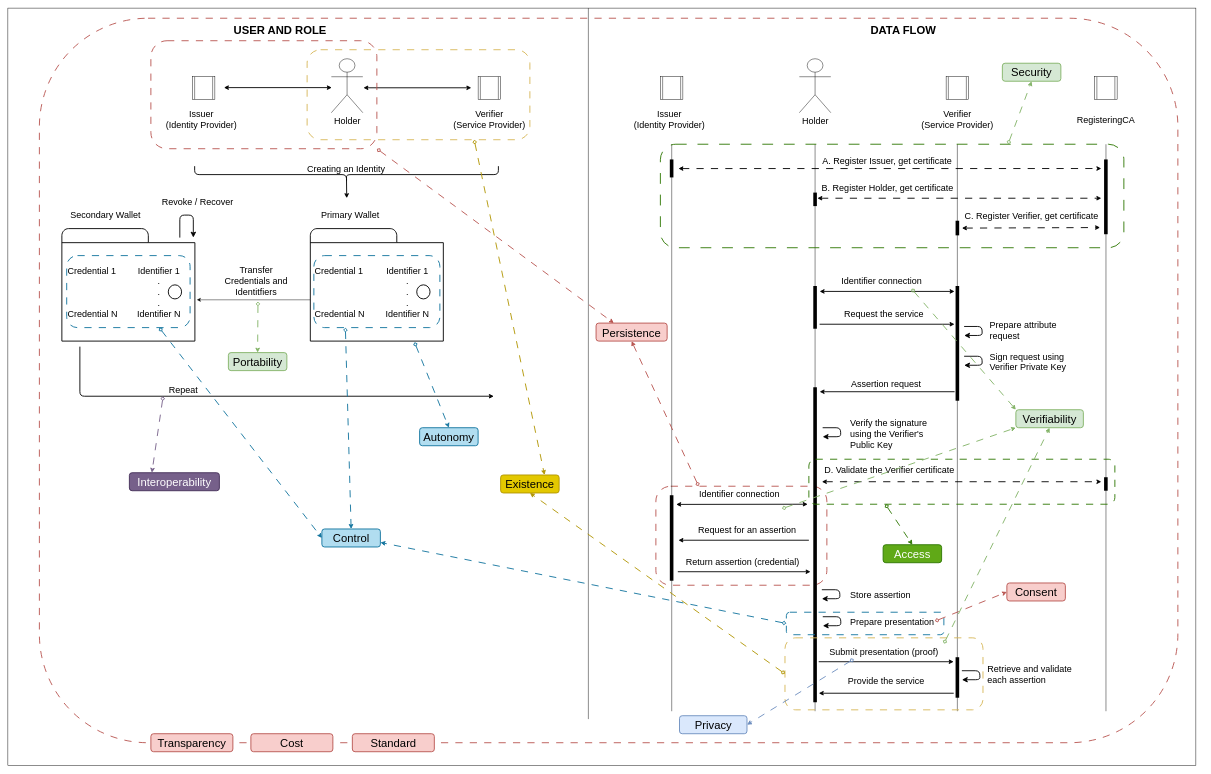
This is definition/images/SSI_process_flow/SSI_process_flow_raw.drawio from cristianlepore/Self-Sovereign-Identity, a draw.io file, before an edit. Source tidied: cells renumbered, new cells numbered last; positions are measured from the earlier drawing's top-left corner, leaving out a move shared by most shapes. Both pictures are drawn from the tidied source at 45%, with x=0, y=0 at pixel (8, 8).
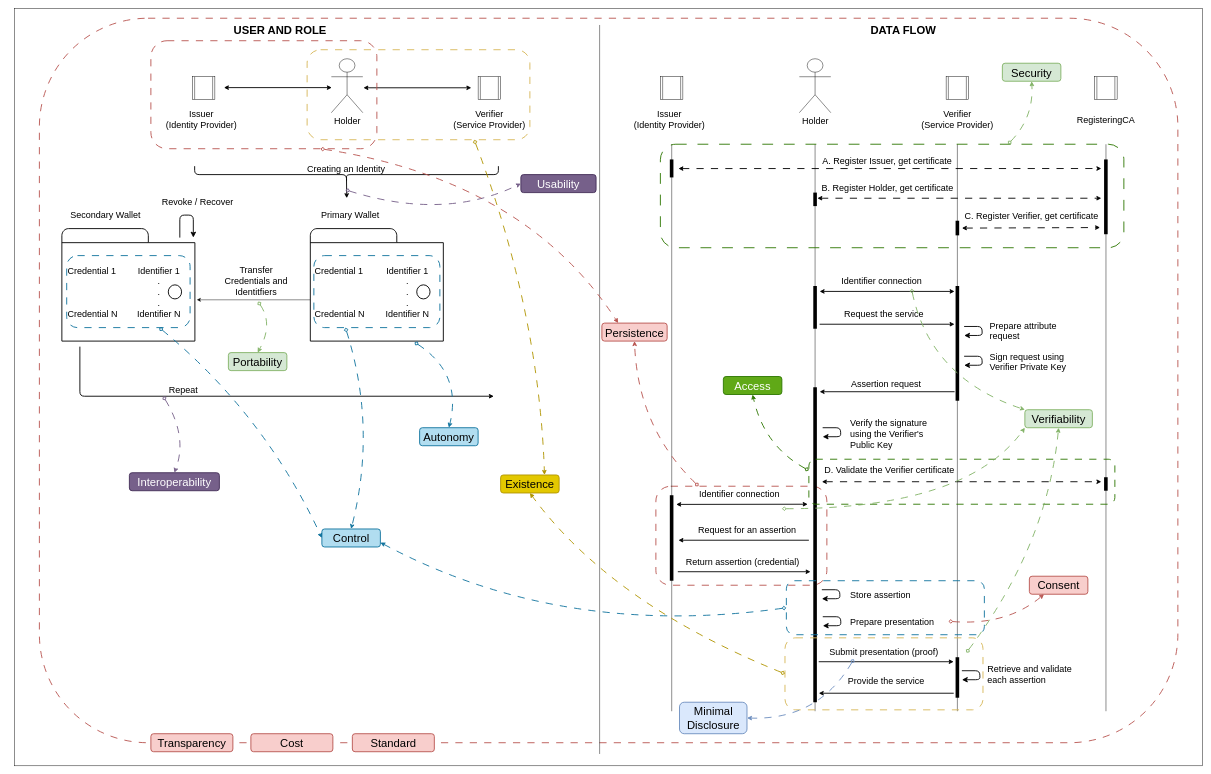
Above is the later version.

The change refers to these unchanged cells:
```xml
<mxCell id="2" style="rounded=1;whiteSpace=wrap;html=1;fillColor=none;strokeColor=#B85450;dashed=1;dashPattern=8 8;strokeWidth=2;" parent="1" vertex="1">
  <mxGeometry x="1440" y="1062" width="380" height="220" as="geometry" />
</mxCell>
<mxCell id="3" style="rounded=1;whiteSpace=wrap;html=1;fillColor=none;dashed=1;dashPattern=8 8;strokeWidth=2;strokeColor=#b85450;" parent="1" vertex="1">
  <mxGeometry x="70" y="22" width="2530" height="1610" as="geometry" />
</mxCell>
<mxCell id="14" value="&lt;div&gt;&lt;font style=&quot;font-size: 20px;&quot;&gt;Repeat&lt;font&gt;&lt;br&gt;&lt;/font&gt;&lt;/font&gt;&lt;/div&gt;" style="text;html=1;align=center;verticalAlign=middle;whiteSpace=wrap;rounded=0;" parent="1" vertex="1">
  <mxGeometry x="300" y="832" width="180" height="30" as="geometry" />
</mxCell>
<mxCell id="18" style="html=1;verticalLabelPosition=bottom;align=center;labelBackgroundColor=#ffffff;verticalAlign=top;strokeWidth=2;strokeColor=#000000;shadow=0;dashed=0;shape=mxgraph.ios7.icons.wallet;fillColor=none;" parent="1" vertex="1">
  <mxGeometry x="672.1" y="489.5" width="295.6" height="250" as="geometry" />
</mxCell>
<mxCell id="87" value="&lt;font style=&quot;font-size: 25px;&quot;&gt;Existence&lt;/font&gt;" style="text;html=1;align=center;verticalAlign=middle;whiteSpace=wrap;rounded=1;fillColor=#e3c800;strokeColor=#B09500;strokeWidth=2;fontColor=#000000;" parent="1" vertex="1">
  <mxGeometry x="1095" y="1037" width="130" height="40" as="geometry" />
</mxCell>
<mxCell id="88" style="rounded=1;whiteSpace=wrap;html=1;fillColor=none;strokeColor=#d6b656;dashed=1;dashPattern=8 8;strokeWidth=2;" parent="1" vertex="1">
  <mxGeometry x="1726.9" y="1398.9" width="440" height="160" as="geometry" />
</mxCell>
<mxCell id="90" style="rounded=1;whiteSpace=wrap;html=1;fillColor=none;strokeColor=#d6b656;dashed=1;dashPattern=8 8;strokeWidth=2;" parent="1" vertex="1">
  <mxGeometry x="665" y="92" width="495" height="200" as="geometry" />
</mxCell>
<mxCell id="92" value="&lt;div align=&quot;left&quot;&gt;&lt;font style=&quot;font-size: 20px;&quot;&gt;Credential 1&lt;/font&gt;&lt;/div&gt;&lt;div align=&quot;left&quot;&gt;&lt;font style=&quot;font-size: 20px;&quot;&gt;&lt;br&gt;&lt;/font&gt;&lt;/div&gt;&lt;div align=&quot;left&quot;&gt;&lt;font style=&quot;font-size: 20px;&quot;&gt;&lt;br&gt;&lt;/font&gt;&lt;/div&gt;&lt;div align=&quot;left&quot;&gt;&lt;font style=&quot;font-size: 20px;&quot;&gt;&lt;br&gt;&lt;/font&gt;&lt;/div&gt;&lt;div align=&quot;left&quot;&gt;&lt;font style=&quot;font-size: 20px;&quot;&gt;Credential N&lt;br&gt;&lt;/font&gt;&lt;/div&gt;" style="text;html=1;align=left;verticalAlign=middle;whiteSpace=wrap;rounded=1;fillColor=none;strokeColor=#10739e;strokeWidth=2;dashed=1;dashPattern=8 8;" parent="1" vertex="1">
  <mxGeometry x="680" y="549.5" width="280" height="160" as="geometry" />
</mxCell>
<mxCell id="93" value="&lt;font style=&quot;font-size: 25px;&quot;&gt;Control&lt;/font&gt;" style="text;html=1;align=center;verticalAlign=middle;whiteSpace=wrap;rounded=1;fillColor=#b1ddf0;strokeColor=#10739e;strokeWidth=2;" parent="1" vertex="1">
  <mxGeometry x="697.8" y="1157" width="130" height="40" as="geometry" />
</mxCell>
<mxCell id="95" value="&lt;div align=&quot;left&quot;&gt;&lt;font style=&quot;font-size: 20px;&quot;&gt;Credential 1&lt;/font&gt;&lt;/div&gt;&lt;div align=&quot;left&quot;&gt;&lt;font style=&quot;font-size: 20px;&quot;&gt;&lt;br&gt;&lt;/font&gt;&lt;/div&gt;&lt;div align=&quot;left&quot;&gt;&lt;font style=&quot;font-size: 20px;&quot;&gt;&lt;br&gt;&lt;/font&gt;&lt;/div&gt;&lt;div align=&quot;left&quot;&gt;&lt;font style=&quot;font-size: 20px;&quot;&gt;&lt;br&gt;&lt;/font&gt;&lt;/div&gt;&lt;div align=&quot;left&quot;&gt;&lt;font style=&quot;font-size: 20px;&quot;&gt;Credential N&lt;br&gt;&lt;/font&gt;&lt;/div&gt;" style="text;html=1;align=left;verticalAlign=middle;whiteSpace=wrap;rounded=1;fillColor=none;strokeColor=#10739e;strokeWidth=2;dashed=1;dashPattern=8 8;" parent="1" vertex="1">
  <mxGeometry x="130.7" y="549.5" width="274.2" height="160" as="geometry" />
</mxCell>
<mxCell id="103" style="rounded=1;whiteSpace=wrap;html=1;fillColor=none;strokeColor=#B85450;dashed=1;dashPattern=8 8;strokeWidth=2;" parent="1" vertex="1">
  <mxGeometry x="317.8" y="72" width="502.2" height="240" as="geometry" />
</mxCell>
<mxCell id="105" value="&lt;font style=&quot;font-size: 25px;&quot;&gt;Security&lt;/font&gt;" style="text;html=1;align=center;verticalAlign=middle;whiteSpace=wrap;rounded=1;fillColor=#d5e8d4;strokeColor=#82b366;strokeWidth=2;" parent="1" vertex="1">
  <mxGeometry x="2210" y="122" width="130" height="40" as="geometry" />
</mxCell>
<mxCell id="106" style="rounded=1;whiteSpace=wrap;html=1;fillColor=none;dashed=1;dashPattern=12 12;strokeColor=#2D7600;strokeWidth=2;fontColor=#ffffff;" parent="1" vertex="1">
  <mxGeometry x="1450" y="302" width="1030" height="230" as="geometry" />
</mxCell>
<mxCell id="111" style="rounded=1;whiteSpace=wrap;html=1;dashed=1;dashPattern=8 8;fillColor=none;strokeWidth=2;strokeColor=#2D7600;fontColor=#ffffff;" parent="1" vertex="1">
  <mxGeometry x="1780" y="1002" width="680" height="100" as="geometry" />
</mxCell>
<mxCell id="114" value="&lt;font style=&quot;font-size: 25px;&quot;&gt;Portability&lt;/font&gt;" style="text;html=1;align=center;verticalAlign=middle;whiteSpace=wrap;rounded=1;fillColor=#d5e8d4;strokeColor=#82b366;strokeWidth=2;" parent="1" vertex="1">
  <mxGeometry x="490" y="765.1" width="130" height="40" as="geometry" />
</mxCell>
<mxCell id="116" value="&lt;font style=&quot;font-size: 25px;&quot;&gt;Interoperability&lt;/font&gt;" style="text;html=1;align=center;verticalAlign=middle;whiteSpace=wrap;rounded=1;fillColor=#76608a;strokeColor=#432D57;strokeWidth=2;fontColor=#ffffff;" parent="1" vertex="1">
  <mxGeometry x="270" y="1032" width="200" height="40" as="geometry" />
</mxCell>
<mxCell id="120" value="&lt;font style=&quot;font-size: 25px;&quot;&gt;Autonomy&lt;/font&gt;" style="text;html=1;align=center;verticalAlign=middle;whiteSpace=wrap;rounded=1;fillColor=#b1ddf0;strokeColor=#10739e;strokeWidth=2;" parent="1" vertex="1">
  <mxGeometry x="915" y="932" width="130" height="40" as="geometry" />
</mxCell>
```

What changed in the source:
```diff
@@
     <mxCell id="4" style="rounded=0;whiteSpace=wrap;html=1;fillColor=none;" parent="1" vertex="1">
-      <mxGeometry y="-0.5" width="2640" height="1682.5" as="geometry" />
+      <mxGeometry x="15" y="0.8" width="2640" height="1682.5" as="geometry" />
     </mxCell>
@@
     <mxCell id="60" style="line;strokeWidth=1;direction=south;html=1;" parent="1" vertex="1">
-      <mxGeometry x="1285" y="-0.5" width="10" height="1580" as="geometry" />
+      <mxGeometry x="1310" y="37" width="10" height="1620" as="geometry" />
     </mxCell>
@@
-    <mxCell id="89" style="endArrow=classic;html=1;rounded=0;entryX=0.5;entryY=1;entryDx=0;entryDy=0;fillColor=#e3c800;strokeColor=#B09500;strokeWidth=2;startArrow=diamond;startFill=0;dashed=1;dashPattern=8 8;exitX=0;exitY=0.5;exitDx=0;exitDy=0;" parent="1" edge="1" source="88" target="87">
-      <mxGeometry relative="1" as="geometry" />
+    <mxCell id="89" style="endArrow=classic;html=1;rounded=0;entryX=0.5;entryY=1;entryDx=0;entryDy=0;fillColor=#e3c800;strokeColor=#B09500;strokeWidth=2;startArrow=diamond;startFill=0;dashed=1;dashPattern=8 8;exitX=0;exitY=0.5;exitDx=0;exitDy=0;curved=1;" parent="1" edge="1" source="88" target="87">
+      <mxGeometry relative="1" as="geometry">
+        <Array as="points">
+          <mxPoint x="1340" y="1322" />
+        </Array>
+      </mxGeometry>
     </mxCell>
@@
-    <mxCell id="91" style="endArrow=classic;html=1;rounded=0;entryX=0.75;entryY=0;entryDx=0;entryDy=0;fillColor=#e3c800;strokeColor=#B09500;strokeWidth=2;startArrow=diamond;startFill=0;dashed=1;dashPattern=8 8;exitX=0.75;exitY=1;exitDx=0;exitDy=0;" parent="1" edge="1" source="90" target="87">
-      <mxGeometry relative="1" as="geometry" />
+    <mxCell id="91" style="endArrow=classic;html=1;rounded=0;entryX=0.75;entryY=0;entryDx=0;entryDy=0;fillColor=#e3c800;strokeColor=#B09500;strokeWidth=2;startArrow=diamond;startFill=0;dashed=1;dashPattern=8 8;exitX=0.75;exitY=1;exitDx=0;exitDy=0;curved=1;" parent="1" edge="1" source="90" target="87">
+      <mxGeometry relative="1" as="geometry">
+        <Array as="points">
+          <mxPoint x="1180" y="672" />
+        </Array>
+      </mxGeometry>
     </mxCell>
@@
-    <mxCell id="94" style="endArrow=classic;html=1;rounded=0;entryX=0.5;entryY=0;entryDx=0;entryDy=0;fillColor=#b1ddf0;strokeColor=#10739e;strokeWidth=2;startArrow=diamond;startFill=0;exitX=0.25;exitY=1;exitDx=0;exitDy=0;dashed=1;dashPattern=8 8;" parent="1" edge="1" source="92" target="93">
-      <mxGeometry relative="1" as="geometry" />
+    <mxCell id="94" style="endArrow=classic;html=1;rounded=0;entryX=0.5;entryY=0;entryDx=0;entryDy=0;fillColor=#b1ddf0;strokeColor=#10739e;strokeWidth=2;startArrow=diamond;startFill=0;exitX=0.25;exitY=1;exitDx=0;exitDy=0;dashed=1;dashPattern=8 8;curved=1;" parent="1" edge="1" source="92" target="93">
+      <mxGeometry relative="1" as="geometry">
+        <Array as="points">
+          <mxPoint x="820" y="932" />
+        </Array>
+      </mxGeometry>
     </mxCell>
@@
-    <mxCell id="96" style="endArrow=classic;html=1;rounded=0;entryX=0;entryY=0.5;entryDx=0;entryDy=0;fillColor=#b1ddf0;strokeColor=#10739e;strokeWidth=2;startArrow=diamond;startFill=0;exitX=0.75;exitY=1;exitDx=0;exitDy=0;dashed=1;dashPattern=8 8;" parent="1" edge="1" source="95" target="93">
-      <mxGeometry relative="1" as="geometry" />
+    <mxCell id="96" style="endArrow=classic;html=1;rounded=0;entryX=0;entryY=0.5;entryDx=0;entryDy=0;fillColor=#b1ddf0;strokeColor=#10739e;strokeWidth=2;startArrow=diamond;startFill=0;exitX=0.75;exitY=1;exitDx=0;exitDy=0;dashed=1;dashPattern=8 8;curved=1;" parent="1" edge="1" source="95" target="93">
+      <mxGeometry relative="1" as="geometry">
+        <Array as="points">
+          <mxPoint x="570" y="902" />
+        </Array>
+      </mxGeometry>
     </mxCell>
     <mxCell id="97" style="rounded=1;whiteSpace=wrap;html=1;fillColor=none;strokeColor=#10739E;dashed=1;dashPattern=8 8;strokeWidth=2;" parent="1" vertex="1">
-      <mxGeometry x="1730" y="1342" width="350" height="50" as="geometry" />
+      <mxGeometry x="1730" y="1272" width="440" height="120" as="geometry" />
     </mxCell>
-    <mxCell id="98" style="endArrow=classic;html=1;rounded=0;entryX=1;entryY=0.75;entryDx=0;entryDy=0;fillColor=#b1ddf0;strokeColor=#10739e;strokeWidth=2;startArrow=diamond;startFill=0;exitX=0;exitY=0.5;exitDx=0;exitDy=0;dashed=1;dashPattern=8 8;" parent="1" edge="1" source="97" target="93">
-      <mxGeometry relative="1" as="geometry" />
+    <mxCell id="98" style="endArrow=classic;html=1;rounded=0;entryX=1;entryY=0.75;entryDx=0;entryDy=0;fillColor=#b1ddf0;strokeColor=#10739e;strokeWidth=2;startArrow=diamond;startFill=0;exitX=0;exitY=0.5;exitDx=0;exitDy=0;dashed=1;dashPattern=8 8;curved=1;" parent="1" edge="1" source="97" target="93">
+      <mxGeometry relative="1" as="geometry">
+        <Array as="points">
+          <mxPoint x="1230" y="1402" />
+        </Array>
+      </mxGeometry>
     </mxCell>
     <mxCell id="99" value="&lt;div&gt;&lt;font style=&quot;font-size: 25px;&quot;&gt;Consent&lt;/font&gt;&lt;/div&gt;" style="text;html=1;align=center;verticalAlign=middle;whiteSpace=wrap;rounded=1;fillColor=#f8cecc;strokeColor=#b85450;strokeWidth=2;" parent="1" vertex="1">
-      <mxGeometry x="2220" y="1277" width="130" height="40" as="geometry" />
+      <mxGeometry x="2270" y="1262" width="130" height="40" as="geometry" />
     </mxCell>
-    <mxCell id="100" style="endArrow=classic;html=1;rounded=0;entryX=0;entryY=0.5;entryDx=0;entryDy=0;fillColor=#f8cecc;strokeColor=#b85450;strokeWidth=2;startArrow=diamond;startFill=0;dashed=1;dashPattern=8 8;exitX=0.943;exitY=0.4;exitDx=0;exitDy=0;exitPerimeter=0;" parent="1" edge="1" source="97" target="99">
-      <mxGeometry relative="1" as="geometry" />
+    <mxCell id="100" style="endArrow=classic;html=1;rounded=0;entryX=0.25;entryY=1;entryDx=0;entryDy=0;fillColor=#f8cecc;strokeColor=#b85450;strokeWidth=2;startArrow=diamond;startFill=0;dashed=1;dashPattern=8 8;curved=1;" parent="1" edge="1" target="99">
+      <mxGeometry relative="1" as="geometry">
+        <mxPoint x="2090" y="1362" as="sourcePoint" />
+        <Array as="points">
+          <mxPoint x="2220" y="1372" />
+        </Array>
+      </mxGeometry>
     </mxCell>
     <mxCell id="101" value="&lt;font style=&quot;font-size: 25px;&quot;&gt;Persistence&lt;/font&gt;" style="text;html=1;align=center;verticalAlign=middle;whiteSpace=wrap;rounded=1;fillColor=#f8cecc;strokeColor=#b85450;strokeWidth=2;" parent="1" vertex="1">
-      <mxGeometry x="1307.1" y="699.5" width="157.9" height="40" as="geometry" />
+      <mxGeometry x="1320" y="699.5" width="145" height="40" as="geometry" />
     </mxCell>
-    <mxCell id="102" style="endArrow=classic;html=1;rounded=0;entryX=0.5;entryY=1;entryDx=0;entryDy=0;fillColor=#f8cecc;strokeColor=#b85450;strokeWidth=2;startArrow=diamond;startFill=0;dashed=1;dashPattern=8 8;exitX=0.25;exitY=0;exitDx=0;exitDy=0;" parent="1" edge="1" source="2" target="101">
-      <mxGeometry relative="1" as="geometry" />
+    <mxCell id="102" style="endArrow=classic;html=1;rounded=0;entryX=0.5;entryY=1;entryDx=0;entryDy=0;fillColor=#f8cecc;strokeColor=#b85450;strokeWidth=2;startArrow=diamond;startFill=0;dashed=1;dashPattern=8 8;exitX=0.25;exitY=0;exitDx=0;exitDy=0;curved=1;" parent="1" edge="1" source="2" target="101">
+      <mxGeometry relative="1" as="geometry">
+        <Array as="points">
+          <mxPoint x="1400" y="932" />
+        </Array>
+      </mxGeometry>
     </mxCell>
@@
-    <mxCell id="104" style="endArrow=classic;html=1;rounded=0;entryX=0.25;entryY=0;entryDx=0;entryDy=0;fillColor=#f8cecc;strokeColor=#b85450;strokeWidth=2;startArrow=diamond;startFill=0;dashed=1;dashPattern=8 8;exitX=1;exitY=1;exitDx=0;exitDy=0;" parent="1" edge="1" source="103" target="101">
-      <mxGeometry relative="1" as="geometry" />
+    <mxCell id="104" style="endArrow=classic;html=1;rounded=0;entryX=0.25;entryY=0;entryDx=0;entryDy=0;fillColor=#f8cecc;strokeColor=#b85450;strokeWidth=2;startArrow=diamond;startFill=0;dashed=1;dashPattern=8 8;exitX=0.75;exitY=1;exitDx=0;exitDy=0;jumpStyle=arc;curved=1;" parent="1" edge="1" source="103" target="101">
+      <mxGeometry relative="1" as="geometry">
+        <Array as="points">
+          <mxPoint x="1150" y="382" />
+        </Array>
+      </mxGeometry>
     </mxCell>
@@
-    <mxCell id="107" style="endArrow=classic;html=1;rounded=0;entryX=0.5;entryY=1;entryDx=0;entryDy=0;fillColor=#d5e8d4;strokeColor=#82b366;strokeWidth=2;startArrow=diamond;startFill=0;dashed=1;dashPattern=8 8;exitX=0.75;exitY=0;exitDx=0;exitDy=0;" parent="1" edge="1" source="106" target="105">
-      <mxGeometry relative="1" as="geometry" />
+    <mxCell id="107" style="endArrow=classic;html=1;rounded=0;entryX=0.5;entryY=1;entryDx=0;entryDy=0;fillColor=#d5e8d4;strokeColor=#82b366;strokeWidth=2;startArrow=diamond;startFill=0;dashed=1;dashPattern=8 8;exitX=0.75;exitY=0;exitDx=0;exitDy=0;curved=1;" parent="1" edge="1" source="106" target="105">
+      <mxGeometry relative="1" as="geometry">
+        <Array as="points">
+          <mxPoint x="2280" y="242" />
+        </Array>
+      </mxGeometry>
     </mxCell>
-    <mxCell id="108" value="&lt;font style=&quot;font-size: 25px;&quot;&gt;Privacy&lt;/font&gt;" style="text;html=1;align=center;verticalAlign=middle;whiteSpace=wrap;rounded=1;fillColor=#dae8fc;strokeColor=#6c8ebf;strokeWidth=2;" parent="1" vertex="1">
-      <mxGeometry x="1492.5" y="1572" width="150" height="40" as="geometry" />
+    <mxCell id="108" value="&lt;font style=&quot;font-size: 25px;&quot;&gt;Minimal Disclosure&lt;/font&gt;" style="text;html=1;align=center;verticalAlign=middle;whiteSpace=wrap;rounded=1;fillColor=#dae8fc;strokeColor=#6c8ebf;strokeWidth=2;" parent="1" vertex="1">
+      <mxGeometry x="1492.5" y="1542" width="150" height="70" as="geometry" />
     </mxCell>
-    <mxCell id="109" style="endArrow=classic;html=1;rounded=0;entryX=1;entryY=0.5;entryDx=0;entryDy=0;fillColor=#dae8fc;strokeColor=#6c8ebf;strokeWidth=2;startArrow=diamond;startFill=0;dashed=1;dashPattern=8 8;exitX=0.25;exitY=1;exitDx=0;exitDy=0;" parent="1" edge="1" target="108">
+    <mxCell id="109" style="endArrow=classic;html=1;rounded=0;entryX=1;entryY=0.5;entryDx=0;entryDy=0;fillColor=#dae8fc;strokeColor=#6c8ebf;strokeWidth=2;startArrow=diamond;startFill=0;dashed=1;dashPattern=8 8;exitX=0.25;exitY=1;exitDx=0;exitDy=0;curved=1;" parent="1" edge="1" target="108">
       <mxGeometry relative="1" as="geometry">
         <mxPoint x="1880" y="1446" as="sourcePoint" />
+        <Array as="points">
+          <mxPoint x="1800" y="1582" />
+        </Array>
       </mxGeometry>
     </mxCell>
     <mxCell id="110" value="&lt;font style=&quot;font-size: 25px;&quot;&gt;Access&lt;/font&gt;" style="text;html=1;align=center;verticalAlign=middle;whiteSpace=wrap;rounded=1;fillColor=#60a917;strokeColor=#2D7600;strokeWidth=2;fontColor=#ffffff;" parent="1" vertex="1">
-      <mxGeometry x="1945" y="1192" width="130" height="40" as="geometry" />
+      <mxGeometry x="1590" y="818.2" width="130" height="40" as="geometry" />
     </mxCell>
@@
-    <mxCell id="112" style="endArrow=classic;html=1;rounded=0;entryX=0.5;entryY=0;entryDx=0;entryDy=0;fillColor=#60a917;strokeColor=#2D7600;strokeWidth=2;startArrow=diamond;startFill=0;dashed=1;dashPattern=8 8;exitX=0.25;exitY=1;exitDx=0;exitDy=0;" parent="1" edge="1" source="111" target="110">
-      <mxGeometry relative="1" as="geometry" />
+    <mxCell id="112" style="endArrow=classic;html=1;rounded=0;entryX=0.5;entryY=1;entryDx=0;entryDy=0;fillColor=#60a917;strokeColor=#2D7600;strokeWidth=2;startArrow=diamond;startFill=0;dashed=1;dashPattern=8 8;exitX=0;exitY=0.25;exitDx=0;exitDy=0;curved=1;" parent="1" edge="1" source="111" target="110">
+      <mxGeometry relative="1" as="geometry">
+        <Array as="points">
+          <mxPoint x="1680" y="972" />
+        </Array>
+      </mxGeometry>
     </mxCell>
@@
-    <mxCell id="115" style="endArrow=classic;html=1;rounded=0;entryX=0.5;entryY=0;entryDx=0;entryDy=0;fillColor=#d5e8d4;strokeColor=#82b366;strokeWidth=2;startArrow=diamond;startFill=0;dashed=1;dashPattern=8 8;exitX=0.192;exitY=0.391;exitDx=0;exitDy=0;exitPerimeter=0;" parent="1" edge="1" source="3" target="114">
-      <mxGeometry relative="1" as="geometry" />
+    <mxCell id="115" style="endArrow=classic;html=1;rounded=0;entryX=0.5;entryY=0;entryDx=0;entryDy=0;fillColor=#d5e8d4;strokeColor=#82b366;strokeWidth=2;startArrow=diamond;startFill=0;dashed=1;dashPattern=8 8;exitX=0.192;exitY=0.391;exitDx=0;exitDy=0;exitPerimeter=0;curved=1;" parent="1" edge="1" source="3" target="114">
+      <mxGeometry relative="1" as="geometry">
+        <Array as="points">
+          <mxPoint x="590" y="702" />
+        </Array>
+      </mxGeometry>
     </mxCell>
@@
-    <mxCell id="117" style="endArrow=classic;html=1;rounded=0;entryX=0.25;entryY=0;entryDx=0;entryDy=0;fillColor=#b1ddf0;strokeColor=#76608A;strokeWidth=2;startArrow=diamond;startFill=0;exitX=0.25;exitY=1;exitDx=0;exitDy=0;dashed=1;dashPattern=8 8;" parent="1" edge="1" source="14" target="116">
-      <mxGeometry relative="1" as="geometry" />
+    <mxCell id="117" style="endArrow=classic;html=1;rounded=0;entryX=0.5;entryY=0;entryDx=0;entryDy=0;fillColor=#b1ddf0;strokeColor=#76608A;strokeWidth=2;startArrow=diamond;startFill=0;exitX=0.25;exitY=1;exitDx=0;exitDy=0;dashed=1;dashPattern=8 8;curved=1;" parent="1" edge="1" source="14" target="116">
+      <mxGeometry relative="1" as="geometry">
+        <Array as="points">
+          <mxPoint x="400" y="952" />
+        </Array>
+      </mxGeometry>
     </mxCell>
@@
-    <mxCell id="121" style="endArrow=classic;html=1;rounded=0;entryX=0.5;entryY=0;entryDx=0;entryDy=0;fillColor=#b1ddf0;strokeColor=#10739e;strokeWidth=2;startArrow=diamond;startFill=0;exitX=0.783;exitY=1.009;exitDx=0;exitDy=0;dashed=1;dashPattern=8 8;exitPerimeter=0;" parent="1" edge="1" source="18" target="120">
-      <mxGeometry relative="1" as="geometry" />
+    <mxCell id="121" style="endArrow=classic;html=1;rounded=0;entryX=0.5;entryY=0;entryDx=0;entryDy=0;fillColor=#b1ddf0;strokeColor=#10739e;strokeWidth=2;startArrow=diamond;startFill=0;exitX=0.783;exitY=1.009;exitDx=0;exitDy=0;dashed=1;dashPattern=8 8;exitPerimeter=0;curved=1;" parent="1" edge="1" source="18" target="120">
+      <mxGeometry relative="1" as="geometry">
+        <Array as="points">
+          <mxPoint x="1010" y="812" />
+        </Array>
+      </mxGeometry>
     </mxCell>
     <mxCell id="122" value="&lt;div&gt;&lt;font style=&quot;font-size: 25px;&quot;&gt;Verifiability&lt;/font&gt;&lt;/div&gt;" style="text;html=1;align=center;verticalAlign=middle;whiteSpace=wrap;rounded=1;fillColor=#d5e8d4;strokeColor=#82b366;strokeWidth=2;" parent="1" vertex="1">
-      <mxGeometry x="2240" y="892" width="150" height="40" as="geometry" />
+      <mxGeometry x="2260" y="892" width="150" height="40" as="geometry" />
     </mxCell>
-    <mxCell id="123" style="endArrow=classic;html=1;rounded=0;entryX=0.5;entryY=1;entryDx=0;entryDy=0;fillColor=#d5e8d4;strokeColor=#82b366;strokeWidth=2;startArrow=diamond;startFill=0;dashed=1;dashPattern=8 8;exitX=1;exitY=0;exitDx=0;exitDy=0;" parent="1" edge="1" target="122">
+    <mxCell id="123" style="endArrow=classic;html=1;rounded=0;entryX=0.5;entryY=1;entryDx=0;entryDy=0;fillColor=#d5e8d4;strokeColor=#82b366;strokeWidth=2;startArrow=diamond;startFill=0;dashed=1;dashPattern=8 8;exitX=0.916;exitY=0.207;exitDx=0;exitDy=0;curved=1;exitPerimeter=0;" parent="1" edge="1" source="88" target="122">
       <mxGeometry relative="1" as="geometry">
-        <mxPoint x="2080" y="1412" as="sourcePoint" />
+        <Array as="points">
+          <mxPoint x="2310" y="1192" />
+        </Array>
       </mxGeometry>
     </mxCell>
-    <mxCell id="124" style="endArrow=classic;html=1;rounded=0;entryX=0;entryY=1;entryDx=0;entryDy=0;fillColor=#d5e8d4;strokeColor=#82b366;strokeWidth=2;startArrow=diamond;startFill=0;dashed=1;dashPattern=8 8;exitX=0.73;exitY=0.227;exitDx=0;exitDy=0;exitPerimeter=0;" parent="1" edge="1" target="122">
+    <mxCell id="124" style="endArrow=classic;html=1;rounded=0;entryX=0;entryY=1;entryDx=0;entryDy=0;fillColor=#d5e8d4;strokeColor=#82b366;strokeWidth=2;startArrow=diamond;startFill=0;dashed=1;dashPattern=8 8;exitX=0.73;exitY=0.227;exitDx=0;exitDy=0;exitPerimeter=0;curved=1;" parent="1" edge="1" target="122">
       <mxGeometry relative="1" as="geometry">
         <mxPoint x="1720" y="1112" as="sourcePoint" />
+        <Array as="points">
+          <mxPoint x="2130" y="1112" />
+        </Array>
       </mxGeometry>
     </mxCell>
-    <mxCell id="125" style="endArrow=classic;html=1;rounded=0;entryX=0;entryY=0;entryDx=0;entryDy=0;fillColor=#d5e8d4;strokeColor=#82b366;strokeWidth=2;startArrow=diamond;startFill=0;dashed=1;dashPattern=8 8;exitX=0.75;exitY=1;exitDx=0;exitDy=0;" parent="1" edge="1" target="122">
+    <mxCell id="125" style="endArrow=classic;html=1;rounded=0;entryX=0;entryY=0;entryDx=0;entryDy=0;fillColor=#d5e8d4;strokeColor=#82b366;strokeWidth=2;startArrow=diamond;startFill=0;dashed=1;dashPattern=8 8;exitX=0.75;exitY=1;exitDx=0;exitDy=0;curved=1;" parent="1" edge="1" target="122">
       <mxGeometry relative="1" as="geometry">
         <mxPoint x="2008" y="623" as="sourcePoint" />
+        <Array as="points">
+          <mxPoint x="2050" y="822" />
+        </Array>
       </mxGeometry>
     </mxCell>
+    <mxCell id="126" value="&lt;font style=&quot;font-size: 25px;&quot;&gt;Usability&lt;/font&gt;" style="text;html=1;align=center;verticalAlign=middle;whiteSpace=wrap;rounded=1;fillColor=#76608a;strokeColor=#432D57;strokeWidth=2;fontColor=#ffffff;" parent="1" vertex="1">
+      <mxGeometry x="1140" y="369.5" width="167.1" height="40" as="geometry" />
+    </mxCell>
+    <mxCell id="127" style="endArrow=classic;html=1;rounded=0;entryX=0;entryY=0.5;entryDx=0;entryDy=0;fillColor=#b1ddf0;strokeColor=#76608A;strokeWidth=2;startArrow=diamond;startFill=0;dashed=1;dashPattern=8 8;curved=1;" parent="1" edge="1" target="126">
+      <mxGeometry relative="1" as="geometry">
+        <mxPoint x="750" y="403.2" as="sourcePoint" />
+        <Array as="points">
+          <mxPoint x="970" y="472" />
+        </Array>
+      </mxGeometry>
+    </mxCell>
```
